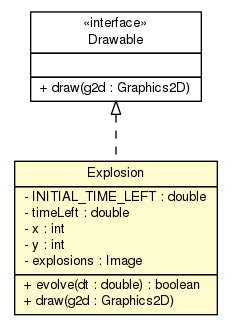
This is doc/main/Explosion.png from sinopeus/asteroids, a Graphviz export, as it was before one commit. Its source is kept beside it as doc/main/Explosion.dot. Its diagram source:
```dot

digraph G {
	edge [fontname="Helvetica",fontsize=10,labelfontname="Helvetica",labelfontsize=10];
	node [fontname="Helvetica",fontsize=10,shape=plaintext];
	nodesep=0.25;
	ranksep=0.5;
	c8293 [label=<<table title="main.Explosion" border="0" cellborder="1" cellspacing="0" cellpadding="2" port="p" bgcolor="lemonChiffon" href="./Explosion.html">
		<tr><td><table border="0" cellspacing="0" cellpadding="1">
<tr><td align="center" balign="center"> Explosion </td></tr>
		</table></td></tr>
		<tr><td><table border="0" cellspacing="0" cellpadding="1">
<tr><td align="left" balign="left"> - INITIAL_TIME_LEFT : double </td></tr>
<tr><td align="left" balign="left"> - timeLeft : double </td></tr>
<tr><td align="left" balign="left"> - x : int </td></tr>
<tr><td align="left" balign="left"> - y : int </td></tr>
<tr><td align="left" balign="left"> - explosions : Image </td></tr>
		</table></td></tr>
		<tr><td><table border="0" cellspacing="0" cellpadding="1">
<tr><td align="left" balign="left"> + evolve(dt : double) : boolean </td></tr>
<tr><td align="left" balign="left"> + draw(g2d : Graphics2D) </td></tr>
		</table></td></tr>
		</table>>, URL="./Explosion.html", fontname="Helvetica", fontcolor="black", fontsize=10.0];
	c8295 [label=<<table title="main.Drawable" border="0" cellborder="1" cellspacing="0" cellpadding="2" port="p" href="./Drawable.html">
		<tr><td><table border="0" cellspacing="0" cellpadding="1">
<tr><td align="center" balign="center"> &#171;interface&#187; </td></tr>
<tr><td align="center" balign="center"> Drawable </td></tr>
		</table></td></tr>
		<tr><td><table border="0" cellspacing="0" cellpadding="1">
<tr><td align="left" balign="left">  </td></tr>
		</table></td></tr>
		<tr><td><table border="0" cellspacing="0" cellpadding="1">
<tr><td align="left" balign="left"> + draw(g2d : Graphics2D) </td></tr>
		</table></td></tr>
		</table>>, URL="./Drawable.html", fontname="Helvetica", fontcolor="black", fontsize=10.0];
	c8295:p -> c8293:p [dir=back,arrowtail=empty,style=dashed];
}
```
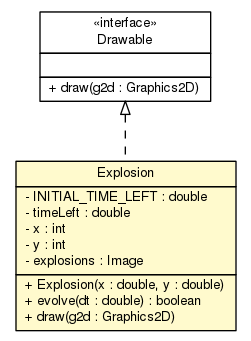
After the change.

The edit, as a diff of the source:
```diff
@@ -4,7 +4,7 @@
 	node [fontname="Helvetica",fontsize=10,shape=plaintext];
 	nodesep=0.25;
 	ranksep=0.5;
-	c8293 [label=<<table title="main.Explosion" border="0" cellborder="1" cellspacing="0" cellpadding="2" port="p" bgcolor="lemonChiffon" href="./Explosion.html">
+	c8331 [label=<<table title="main.Explosion" border="0" cellborder="1" cellspacing="0" cellpadding="2" port="p" bgcolor="lemonChiffon" href="./Explosion.html">
 		<tr><td><table border="0" cellspacing="0" cellpadding="1">
 <tr><td align="center" balign="center"> Explosion </td></tr>
 		</table></td></tr>
@@ -16,11 +16,12 @@
 <tr><td align="left" balign="left"> - explosions : Image </td></tr>
 		</table></td></tr>
 		<tr><td><table border="0" cellspacing="0" cellpadding="1">
+<tr><td align="left" balign="left"> + Explosion(x : double, y : double) </td></tr>
 <tr><td align="left" balign="left"> + evolve(dt : double) : boolean </td></tr>
 <tr><td align="left" balign="left"> + draw(g2d : Graphics2D) </td></tr>
 		</table></td></tr>
 		</table>>, URL="./Explosion.html", fontname="Helvetica", fontcolor="black", fontsize=10.0];
-	c8295 [label=<<table title="main.Drawable" border="0" cellborder="1" cellspacing="0" cellpadding="2" port="p" href="./Drawable.html">
+	c8333 [label=<<table title="main.Drawable" border="0" cellborder="1" cellspacing="0" cellpadding="2" port="p" href="./Drawable.html">
 		<tr><td><table border="0" cellspacing="0" cellpadding="1">
 <tr><td align="center" balign="center"> &#171;interface&#187; </td></tr>
 <tr><td align="center" balign="center"> Drawable </td></tr>
@@ -32,5 +33,5 @@
 <tr><td align="left" balign="left"> + draw(g2d : Graphics2D) </td></tr>
 		</table></td></tr>
 		</table>>, URL="./Drawable.html", fontname="Helvetica", fontcolor="black", fontsize=10.0];
-	c8295:p -> c8293:p [dir=back,arrowtail=empty,style=dashed];
+	c8333:p -> c8331:p [dir=back,arrowtail=empty,style=dashed];
 }
```
